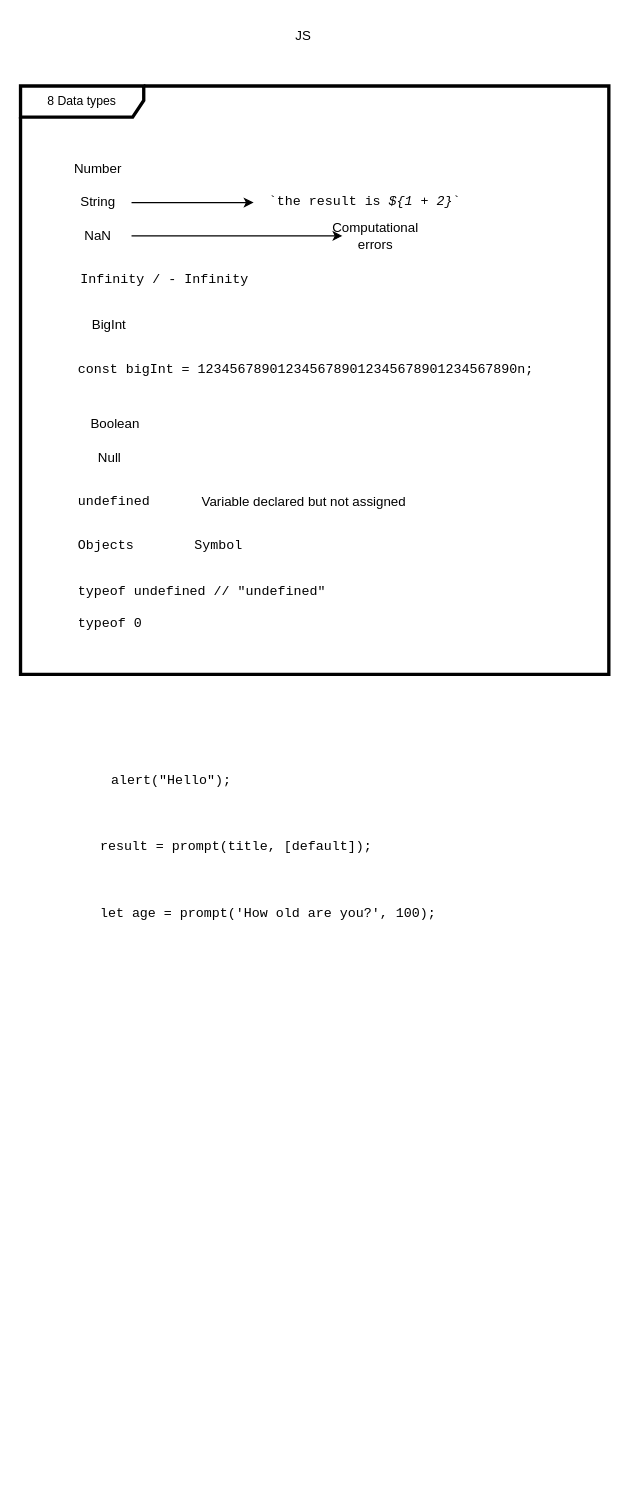
Above: azure/fundamentals/js.drawio in sunnybharne/draw.io (draw.io), before the change. Source tidied: cells renumbered, new cells numbered last; positions are measured from the earlier drawing's top-left corner, leaving out a move shared by most shapes. Both pictures are drawn from the tidied source at 111%, with x=0, y=0 at pixel (20, 19).
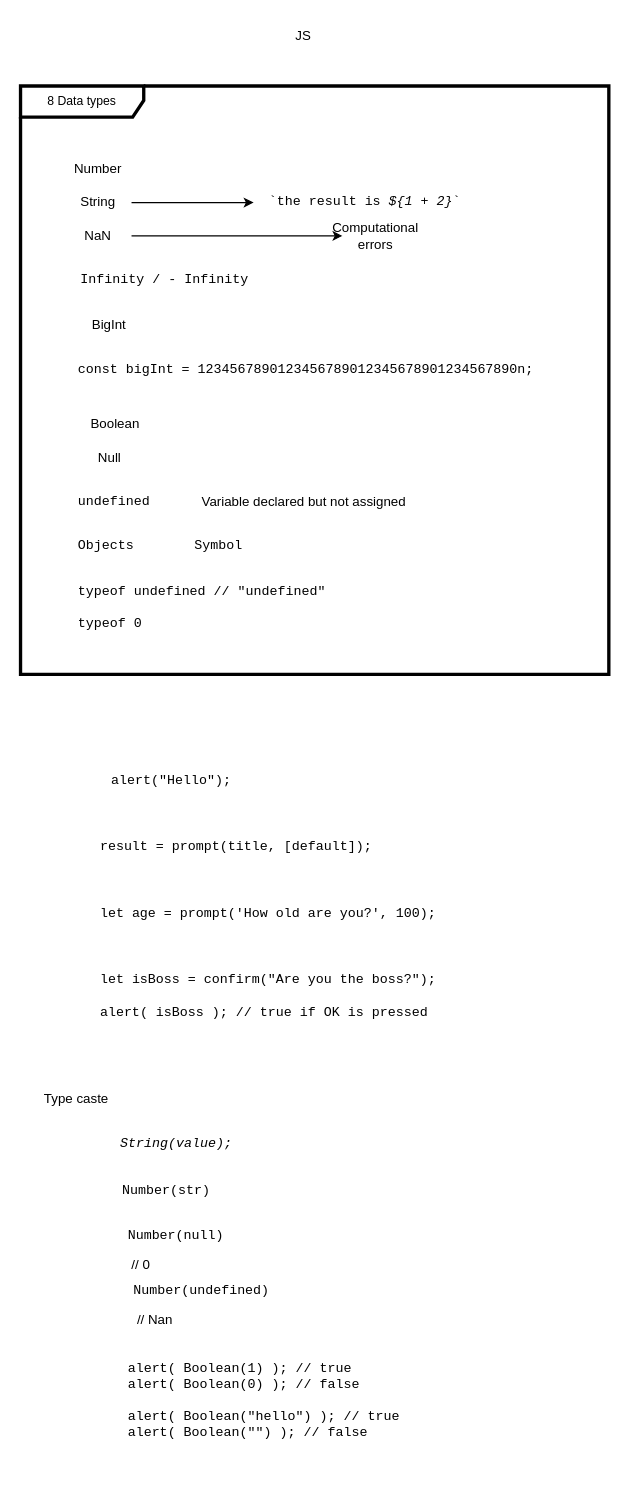
The same page after the edit.

Diff of the diagram source:
```diff
@@
+    <mxCell id="24" value="&lt;pre class=&quot;line-numbers language-javascript&quot; tabindex=&quot;0&quot;&gt;&lt;code class=&quot;language-javascript&quot;&gt;&lt;code class=&quot;token keyword&quot;&gt;let&lt;/code&gt; isBoss &lt;code class=&quot;token operator&quot;&gt;=&lt;/code&gt; &lt;code class=&quot;token function&quot;&gt;confirm&lt;/code&gt;&lt;code class=&quot;token punctuation&quot;&gt;(&lt;/code&gt;&lt;code class=&quot;token string&quot;&gt;&quot;Are you the boss?&quot;&lt;/code&gt;&lt;code class=&quot;token punctuation&quot;&gt;)&lt;/code&gt;&lt;code class=&quot;token punctuation&quot;&gt;;&lt;/code&gt;&#10;&#10;&lt;code class=&quot;token function&quot;&gt;alert&lt;/code&gt;&lt;code class=&quot;token punctuation&quot;&gt;(&lt;/code&gt; isBoss &lt;code class=&quot;token punctuation&quot;&gt;)&lt;/code&gt;&lt;code class=&quot;token punctuation&quot;&gt;;&lt;/code&gt; &lt;code class=&quot;token comment&quot;&gt;// true if OK is pressed&lt;/code&gt;&lt;/code&gt;&lt;/pre&gt;" style="text;whiteSpace=wrap;html=1;" parent="1" vertex="1">
+      <mxGeometry x="70" y="840" width="340" height="90" as="geometry" />
+    </mxCell>
+    <mxCell id="25" value="Type caste" style="text;html=1;align=center;verticalAlign=middle;strokeColor=none;fillColor=none;" parent="1" vertex="1">
+      <mxGeometry x="10" y="958" width="80" height="30" as="geometry" />
+    </mxCell>
+    <mxCell id="26" value="&lt;pre tabindex=&quot;0&quot; class=&quot;line-numbers language-javascript&quot;&gt;&lt;code class=&quot;language-javascript&quot;&gt;&lt;em class=&quot;block-highlight&quot;&gt;&lt;code class=&quot;token function&quot;&gt;String&lt;/code&gt;&lt;code class=&quot;token punctuation&quot;&gt;(&lt;/code&gt;value&lt;code class=&quot;token punctuation&quot;&gt;)&lt;/code&gt;&lt;code class=&quot;token punctuation&quot;&gt;;&lt;/code&gt;&lt;/em&gt;&lt;/code&gt;&lt;/pre&gt;" style="text;html=1;align=center;verticalAlign=middle;strokeColor=none;fillColor=none;" parent="1" vertex="1">
+      <mxGeometry x="80" y="988" width="120" height="50" as="geometry" />
+    </mxCell>
+    <mxCell id="27" value="&lt;pre class=&quot;line-numbers language-javascript&quot; tabindex=&quot;0&quot;&gt;&lt;code class=&quot;language-javascript&quot;&gt;&lt;code class=&quot;token function&quot;&gt;Number&lt;/code&gt;&lt;code class=&quot;token punctuation&quot;&gt;(&lt;/code&gt;str&lt;code class=&quot;token punctuation&quot;&gt;)&lt;/code&gt;&lt;/code&gt;&lt;/pre&gt;" style="text;whiteSpace=wrap;html=1;" parent="1" vertex="1">
+      <mxGeometry x="90" y="1030" width="110" height="60" as="geometry" />
+    </mxCell>
+    <mxCell id="28" value="&lt;pre class=&quot;line-numbers language-javascript&quot; tabindex=&quot;0&quot;&gt;&lt;code class=&quot;language-javascript&quot;&gt;&lt;code class=&quot;token function&quot;&gt;Number&lt;/code&gt;&lt;code class=&quot;token punctuation&quot;&gt;(null&lt;/code&gt;&lt;code class=&quot;token punctuation&quot;&gt;)&lt;/code&gt;&lt;/code&gt;&lt;/pre&gt;&amp;nbsp;// 0" style="text;whiteSpace=wrap;html=1;" parent="1" vertex="1">
+      <mxGeometry x="95" y="1070" width="185" height="40" as="geometry" />
+    </mxCell>
+    <mxCell id="29" value="&lt;pre class=&quot;line-numbers language-javascript&quot; tabindex=&quot;0&quot;&gt;&lt;code class=&quot;language-javascript&quot;&gt;&lt;code class=&quot;token function&quot;&gt;Number&lt;/code&gt;&lt;code class=&quot;token punctuation&quot;&gt;(undefined&lt;/code&gt;&lt;code class=&quot;token punctuation&quot;&gt;)&lt;/code&gt;&lt;/code&gt;&lt;/pre&gt;&amp;nbsp;// Nan" style="text;whiteSpace=wrap;html=1;" parent="1" vertex="1">
+      <mxGeometry x="100" y="1120" width="185" height="40" as="geometry" />
+    </mxCell>
+    <mxCell id="30" value="&lt;pre class=&quot;line-numbers language-javascript&quot; tabindex=&quot;0&quot;&gt;&lt;code class=&quot;language-javascript&quot;&gt;&lt;code class=&quot;token function&quot;&gt;alert&lt;/code&gt;&lt;code class=&quot;token punctuation&quot;&gt;(&lt;/code&gt; &lt;code class=&quot;token function&quot;&gt;Boolean&lt;/code&gt;&lt;code class=&quot;token punctuation&quot;&gt;(&lt;/code&gt;&lt;code class=&quot;token number&quot;&gt;1&lt;/code&gt;&lt;code class=&quot;token punctuation&quot;&gt;)&lt;/code&gt; &lt;code class=&quot;token punctuation&quot;&gt;)&lt;/code&gt;&lt;code class=&quot;token punctuation&quot;&gt;;&lt;/code&gt; &lt;code class=&quot;token comment&quot;&gt;// true&lt;/code&gt;&#10;&lt;code class=&quot;token function&quot;&gt;alert&lt;/code&gt;&lt;code class=&quot;token punctuation&quot;&gt;(&lt;/code&gt; &lt;code class=&quot;token function&quot;&gt;Boolean&lt;/code&gt;&lt;code class=&quot;token punctuation&quot;&gt;(&lt;/code&gt;&lt;code class=&quot;token number&quot;&gt;0&lt;/code&gt;&lt;code class=&quot;token punctuation&quot;&gt;)&lt;/code&gt; &lt;code class=&quot;token punctuation&quot;&gt;)&lt;/code&gt;&lt;code class=&quot;token punctuation&quot;&gt;;&lt;/code&gt; &lt;code class=&quot;token comment&quot;&gt;// false&lt;/code&gt;&#10;&#10;&lt;code class=&quot;token function&quot;&gt;alert&lt;/code&gt;&lt;code class=&quot;token punctuation&quot;&gt;(&lt;/code&gt; &lt;code class=&quot;token function&quot;&gt;Boolean&lt;/code&gt;&lt;code class=&quot;token punctuation&quot;&gt;(&lt;/code&gt;&lt;code class=&quot;token string&quot;&gt;&quot;hello&quot;&lt;/code&gt;&lt;code class=&quot;token punctuation&quot;&gt;)&lt;/code&gt; &lt;code class=&quot;token punctuation&quot;&gt;)&lt;/code&gt;&lt;code class=&quot;token punctuation&quot;&gt;;&lt;/code&gt; &lt;code class=&quot;token comment&quot;&gt;// true&lt;/code&gt;&#10;&lt;code class=&quot;token function&quot;&gt;alert&lt;/code&gt;&lt;code class=&quot;token punctuation&quot;&gt;(&lt;/code&gt; &lt;code class=&quot;token function&quot;&gt;Boolean&lt;/code&gt;&lt;code class=&quot;token punctuation&quot;&gt;(&lt;/code&gt;&lt;code class=&quot;token string&quot;&gt;&quot;&quot;&lt;/code&gt;&lt;code class=&quot;token punctuation&quot;&gt;)&lt;/code&gt; &lt;code class=&quot;token punctuation&quot;&gt;)&lt;/code&gt;&lt;code class=&quot;token punctuation&quot;&gt;;&lt;/code&gt; &lt;code class=&quot;token comment&quot;&gt;// false&lt;/code&gt;&lt;/code&gt;&lt;/pre&gt;" style="text;whiteSpace=wrap;html=1;" parent="1" vertex="1">
+      <mxGeometry x="95" y="1190" width="280" height="120" as="geometry" />
+    </mxCell>
```
